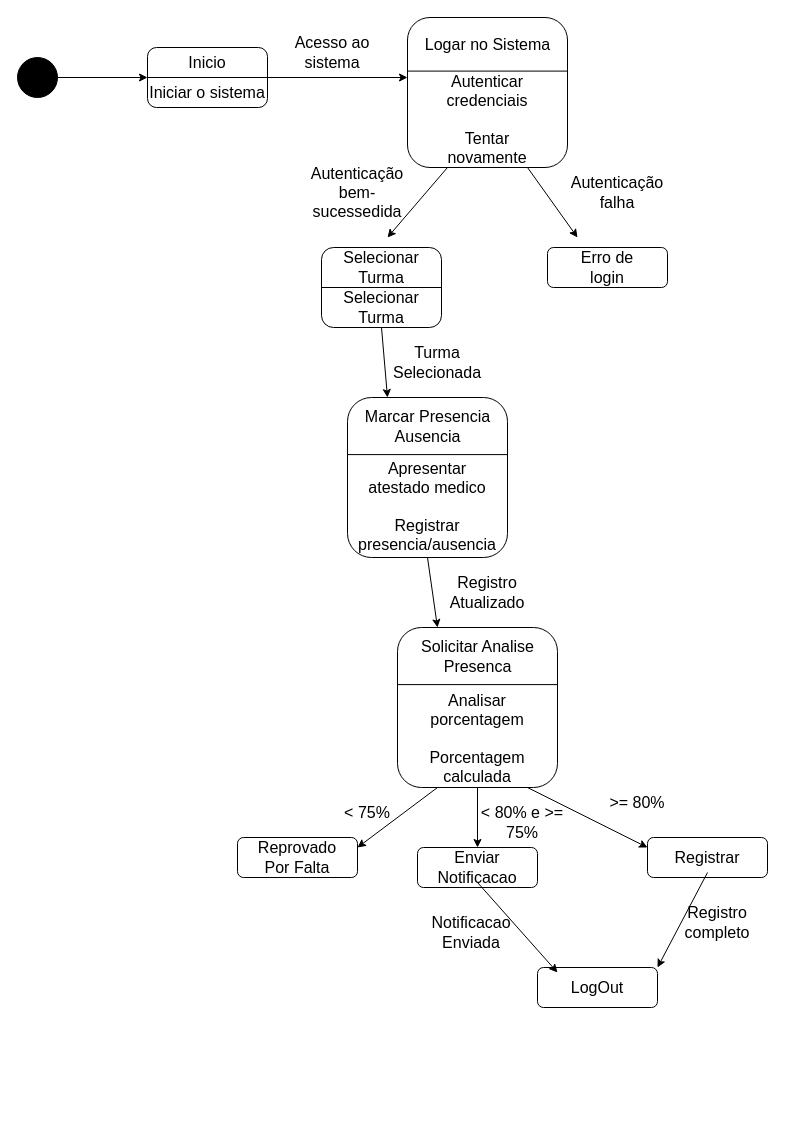
Before: Diagramas/Diagrama de estados.drawio in cc4semestre/projeto, a draw.io diagram. Source tidied: cells renumbered, new cells numbered last; positions are measured from the earlier drawing's top-left corner, leaving out a move shared by most shapes. Both pictures are drawn from the tidied source at 100%, with x=0, y=0 at pixel (17, 17).
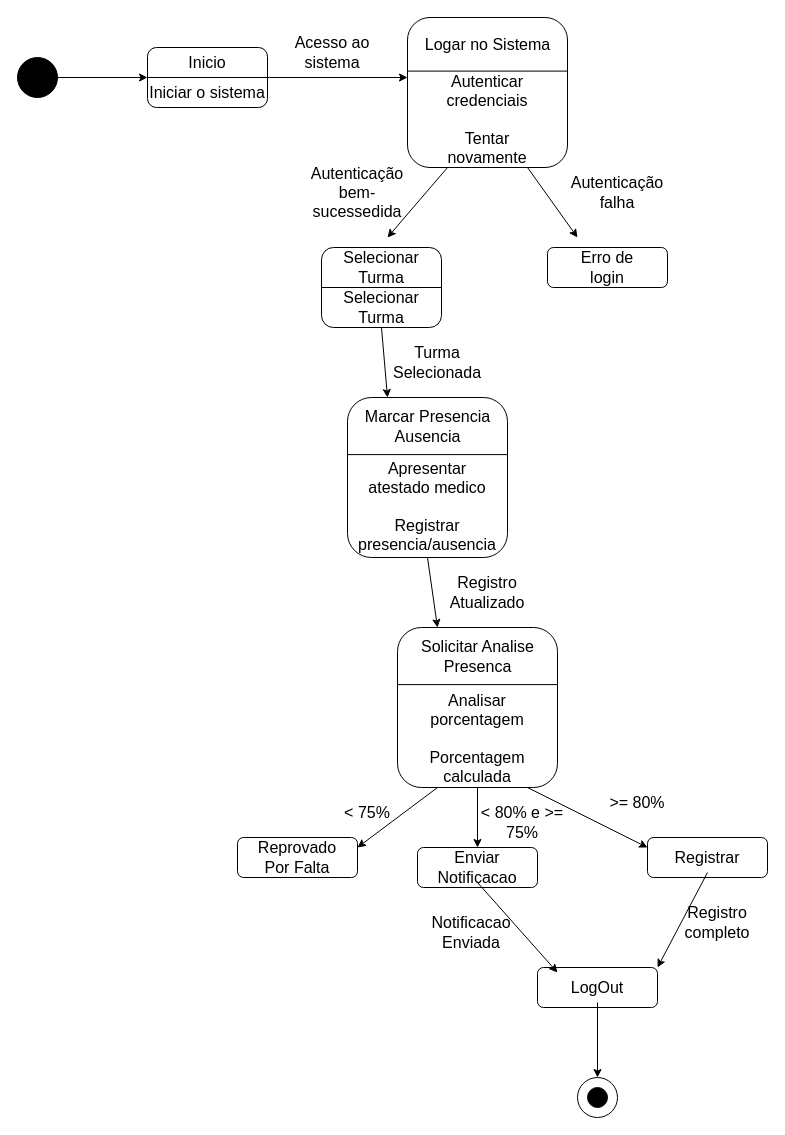
Above is the later version.

The change refers to these unchanged cells:
```xml
<mxCell id="56" value="&lt;span style=&quot;font-size: 16px;&quot;&gt;LogOut&lt;/span&gt;" style="text;html=1;align=center;verticalAlign=middle;whiteSpace=wrap;rounded=0;" parent="54" vertex="1">
  <mxGeometry x="20" y="5" width="80" height="30" as="geometry" />
</mxCell>
```

What changed in the source:
```diff
@@
+    <mxCell id="64" style="group;" parent="1" vertex="1">
+      <mxGeometry x="560" y="1060" width="40" height="40" as="geometry" />
+    </mxCell>
+    <mxCell id="65" style="ellipse;whiteSpace=wrap;html=1;" parent="64" vertex="1">
+      <mxGeometry width="40" height="40" as="geometry" />
+    </mxCell>
+    <mxCell id="66" style="ellipse;whiteSpace=wrap;html=1;fillColor=#000000;" parent="64" vertex="1">
+      <mxGeometry x="10" y="10" width="20" height="20" as="geometry" />
+    </mxCell>
+    <mxCell id="67" style="endArrow=classic;html=1;rounded=0;exitX=0.5;exitY=1;exitDx=0;exitDy=0;" parent="1" edge="1" source="56">
+      <mxGeometry relative="1" as="geometry">
+        <mxPoint x="580" y="1060" as="targetPoint" />
+      </mxGeometry>
+    </mxCell>
```
